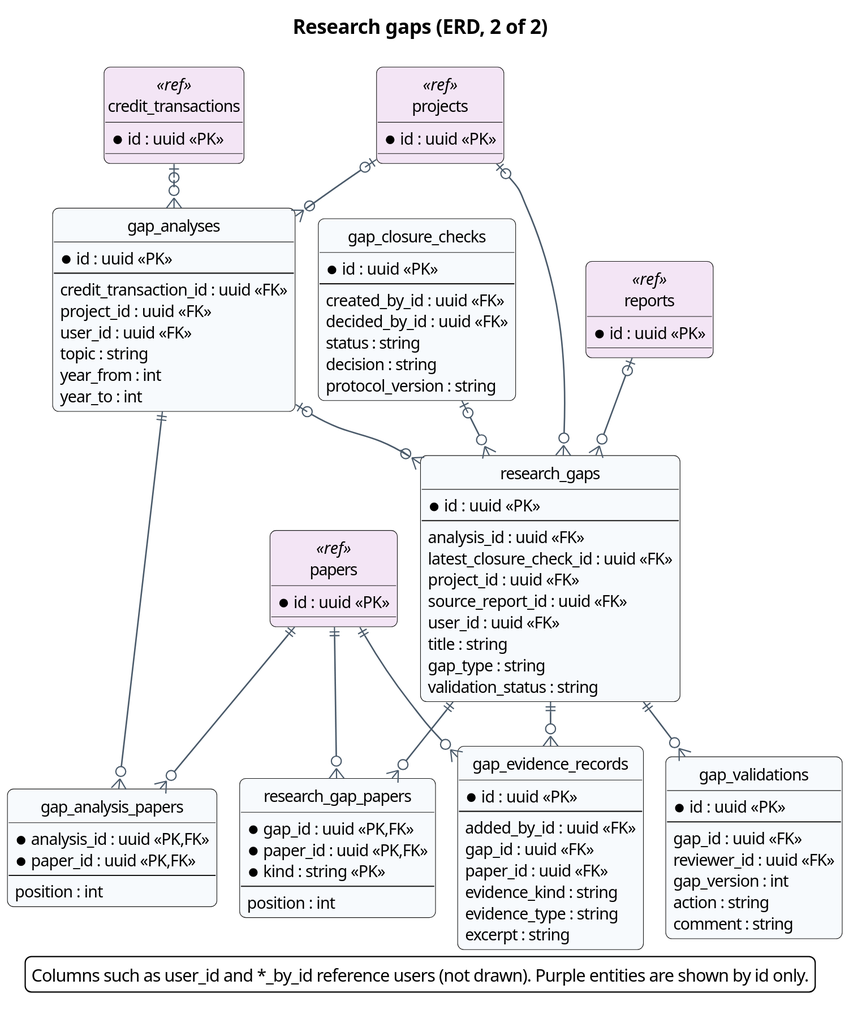
This is docs/diagrams/report4/R4_ERD_research_b.svg from Khoa-Hoa-Technology-Solution-Company/lumi-gap, a PlantUML export, as it was before one commit. Its diagram source:
```plantuml
@startuml
!pragma layout smetana
skinparam dpi 150
skinparam defaultFontName "Segoe UI"
skinparam defaultFontSize 13
skinparam shadowing false
skinparam roundCorner 10
skinparam ArrowColor #4A5A6A
skinparam ArrowThickness 1.2
skinparam BorderColor #2F6DB5
skinparam BackgroundColor #FFFFFF
skinparam TitleFontSize 16
skinparam TitleFontStyle bold
skinparam entity {
  BackgroundColor #F7FAFD
  BorderColor #2F6DB5
}
skinparam entity<<ref>> {
  BackgroundColor #F3E5F5
  BorderColor #7B1FA2
}
skinparam linetype ortho
hide circle
title Research gaps (ERD, 2 of 2)
entity gap_analyses #F7FAFD {
  * id : uuid <<PK>>
  --
  credit_transaction_id : uuid <<FK>>
  project_id : uuid <<FK>>
  user_id : uuid <<FK>>
  topic : string
  year_from : int
  year_to : int
}
entity gap_analysis_papers #F7FAFD {
  * analysis_id : uuid <<PK,FK>>
  * paper_id : uuid <<PK,FK>>
  --
  position : int
}
entity research_gaps #F7FAFD {
  * id : uuid <<PK>>
  --
  analysis_id : uuid <<FK>>
  latest_closure_check_id : uuid <<FK>>
  project_id : uuid <<FK>>
  source_report_id : uuid <<FK>>
  user_id : uuid <<FK>>
  title : string
  gap_type : string
  validation_status : string
}
entity research_gap_papers #F7FAFD {
  * gap_id : uuid <<PK,FK>>
  * paper_id : uuid <<PK,FK>>
  * kind : string <<PK>>
  --
  position : int
}
entity gap_evidence_records #F7FAFD {
  * id : uuid <<PK>>
  --
  added_by_id : uuid <<FK>>
  gap_id : uuid <<FK>>
  paper_id : uuid <<FK>>
  evidence_kind : string
  evidence_type : string
  excerpt : string
}
entity gap_validations #F7FAFD {
  * id : uuid <<PK>>
  --
  gap_id : uuid <<FK>>
  reviewer_id : uuid <<FK>>
  gap_version : int
  action : string
  comment : string
}
entity gap_closure_checks #F7FAFD {
  * id : uuid <<PK>>
  --
  created_by_id : uuid <<FK>>
  decided_by_id : uuid <<FK>>
  status : string
  decision : string
  protocol_version : string
}
entity papers <<ref>> #F3E5F5 {
  * id : uuid <<PK>>
}
entity projects <<ref>> #F3E5F5 {
  * id : uuid <<PK>>
}
entity credit_transactions <<ref>> #F3E5F5 {
  * id : uuid <<PK>>
}
entity reports <<ref>> #F3E5F5 {
  * id : uuid <<PK>>
}
credit_transactions |o--o{ gap_analyses
gap_analyses |o--o{ research_gaps
gap_analyses ||--o{ gap_analysis_papers
gap_closure_checks |o--o{ research_gaps
papers ||--o{ gap_analysis_papers
papers ||--o{ gap_evidence_records
papers ||--o{ research_gap_papers
projects |o--o{ gap_analyses
projects |o--o{ research_gaps
reports |o--o{ research_gaps
research_gaps ||--o{ gap_evidence_records
research_gaps ||--o{ gap_validations
research_gaps ||--o{ research_gap_papers
legend bottom
Columns such as user_id and *_by_id reference users (not drawn). Purple entities are shown by id only.
endlegend
@enduml
```
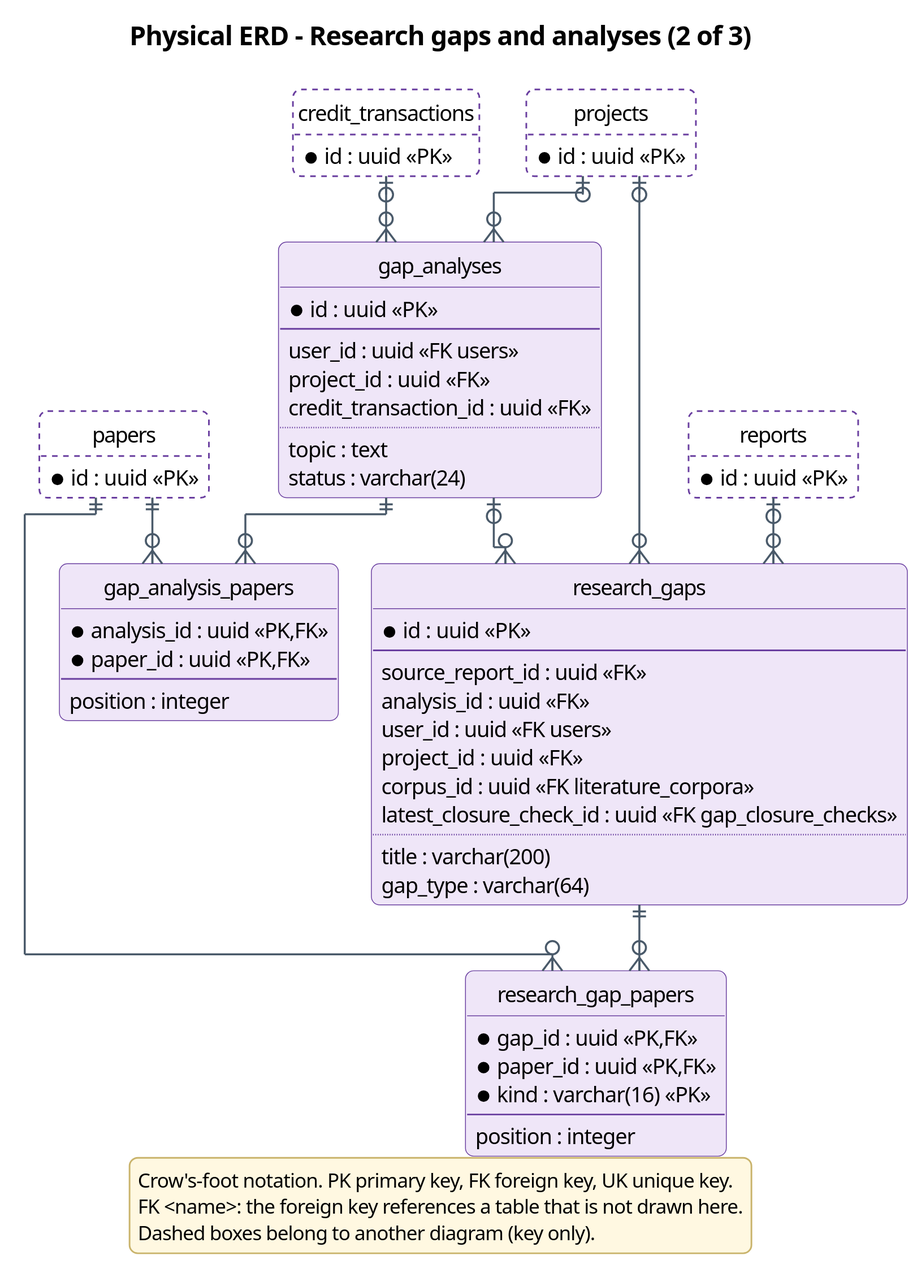
The same file after the commit.

What changed in the source:
```diff
@@ -1,116 +1,90 @@
 @startuml
-!pragma layout smetana
-skinparam dpi 150
+!pragma layout elk
+skinparam dpi 200
 skinparam defaultFontName "Segoe UI"
 skinparam defaultFontSize 13
 skinparam shadowing false
 skinparam roundCorner 10
+skinparam backgroundColor #FFFFFF
 skinparam ArrowColor #4A5A6A
 skinparam ArrowThickness 1.2
-skinparam BorderColor #2F6DB5
-skinparam BackgroundColor #FFFFFF
+skinparam ArrowFontSize 12
+skinparam ArrowFontColor #4A5A6A
 skinparam TitleFontSize 16
 skinparam TitleFontStyle bold
 skinparam entity {
-  BackgroundColor #F7FAFD
-  BorderColor #2F6DB5
+  BackgroundColor #EFE6F8
+  BorderColor #6A3FA0
 }
-skinparam entity<<ref>> {
-  BackgroundColor #F3E5F5
-  BorderColor #7B1FA2
+skinparam legend {
+  BackgroundColor #FFF8E1
+  BorderColor #C9B36B
+  FontSize 12
 }
-skinparam linetype ortho
+skinparam stereotypeFontSize 10
 hide circle
-title Research gaps (ERD, 2 of 2)
-entity gap_analyses #F7FAFD {
+hide empty methods
+title Physical ERD - Research gaps and analyses (2 of 3)
+entity gap_analyses #EFE6F8;line:6A3FA0 {
   * id : uuid <<PK>>
   --
+  user_id : uuid <<FK users>>
+  project_id : uuid <<FK>>
   credit_transaction_id : uuid <<FK>>
-  project_id : uuid <<FK>>
-  user_id : uuid <<FK>>
-  topic : string
-  year_from : int
-  year_to : int
+  ..
+  topic : text
+  status : varchar(24)
 }
-entity gap_analysis_papers #F7FAFD {
+entity gap_analysis_papers #EFE6F8;line:6A3FA0 {
   * analysis_id : uuid <<PK,FK>>
   * paper_id : uuid <<PK,FK>>
   --
-  position : int
+  position : integer
 }
-entity research_gaps #F7FAFD {
+entity research_gaps #EFE6F8;line:6A3FA0 {
   * id : uuid <<PK>>
   --
+  source_report_id : uuid <<FK>>
   analysis_id : uuid <<FK>>
-  latest_closure_check_id : uuid <<FK>>
+  user_id : uuid <<FK users>>
   project_id : uuid <<FK>>
-  source_report_id : uuid <<FK>>
-  user_id : uuid <<FK>>
-  title : string
-  gap_type : string
-  validation_status : string
+  corpus_id : uuid <<FK literature_corpora>>
+  latest_closure_check_id : uuid <<FK gap_closure_checks>>
+  ..
+  title : varchar(200)
+  gap_type : varchar(64)
 }
-entity research_gap_papers #F7FAFD {
+entity research_gap_papers #EFE6F8;line:6A3FA0 {
   * gap_id : uuid <<PK,FK>>
   * paper_id : uuid <<PK,FK>>
-  * kind : string <<PK>>
+  * kind : varchar(16) <<PK>>
   --
-  position : int
+  position : integer
 }
-entity gap_evidence_records #F7FAFD {
-  * id : uuid <<PK>>
-  --
-  added_by_id : uuid <<FK>>
-  gap_id : uuid <<FK>>
-  paper_id : uuid <<FK>>
-  evidence_kind : string
-  evidence_type : string
-  excerpt : string
-}
-entity gap_validations #F7FAFD {
-  * id : uuid <<PK>>
-  --
-  gap_id : uuid <<FK>>
-  reviewer_id : uuid <<FK>>
-  gap_version : int
-  action : string
-  comment : string
-}
-entity gap_closure_checks #F7FAFD {
-  * id : uuid <<PK>>
-  --
-  created_by_id : uuid <<FK>>
-  decided_by_id : uuid <<FK>>
-  status : string
-  decision : string
-  protocol_version : string
-}
-entity papers <<ref>> #F3E5F5 {
+entity papers #FFFFFF;line:6A3FA0;line.dashed {
   * id : uuid <<PK>>
 }
-entity projects <<ref>> #F3E5F5 {
+entity projects #FFFFFF;line:6A3FA0;line.dashed {
   * id : uuid <<PK>>
 }
-entity credit_transactions <<ref>> #F3E5F5 {
+entity credit_transactions #FFFFFF;line:6A3FA0;line.dashed {
   * id : uuid <<PK>>
 }
-entity reports <<ref>> #F3E5F5 {
+entity reports #FFFFFF;line:6A3FA0;line.dashed {
   * id : uuid <<PK>>
 }
 credit_transactions |o--o{ gap_analyses
+gap_analyses ||--o{ gap_analysis_papers
 gap_analyses |o--o{ research_gaps
-gap_analyses ||--o{ gap_analysis_papers
-gap_closure_checks |o--o{ research_gaps
 papers ||--o{ gap_analysis_papers
-papers ||--o{ gap_evidence_records
 papers ||--o{ research_gap_papers
 projects |o--o{ gap_analyses
 projects |o--o{ research_gaps
 reports |o--o{ research_gaps
-research_gaps ||--o{ gap_evidence_records
-research_gaps ||--o{ gap_validations
 research_gaps ||--o{ research_gap_papers
 legend bottom
-Columns such as user_id and *_by_id reference users (not drawn). Purple entities are shown by id only.
+Crow's-foot notation. PK primary key, FK foreign key, UK unique key.
+FK <name>: the foreign key references a table that is not drawn here.
+Dashed boxes belong to another diagram (key only).
 endlegend
 @enduml
```
